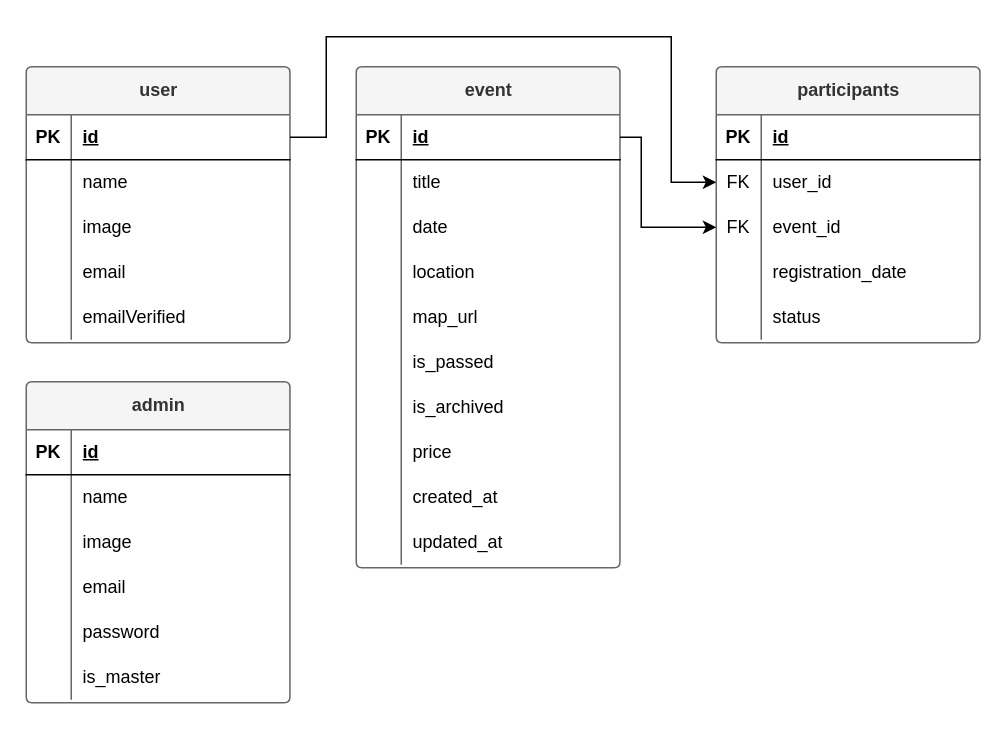
Above: Menata-Hati-App.drawio in yogiprsetya/app.diagrams.net (draw.io), before the change. Source tidied: cells renumbered, new cells numbered last; positions are measured from the earlier drawing's top-left corner, leaving out a move shared by most shapes. Both pictures are drawn from the tidied source at 150%, with x=0, y=0 at pixel (26, 36).
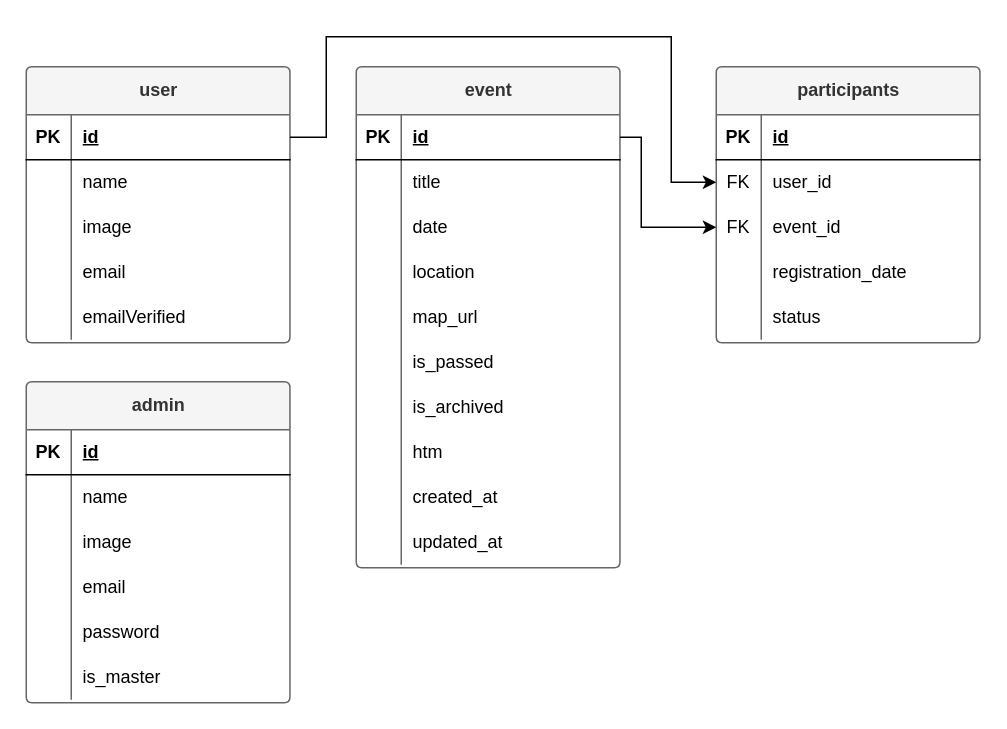
After the change.

Unchanged cells that the change refers to:
```xml
<mxCell id="40" style="shape=tableRow;horizontal=0;startSize=0;swimlaneHead=0;swimlaneBody=0;fillColor=none;top=0;left=0;right=0;bottom=0;" parent="18" vertex="1">
  <mxGeometry y="242" width="175.8" height="30" as="geometry" />
</mxCell>
```

The edit, as a diff of the source:
```diff
@@
-    <mxCell id="42" value="price" style="shape=partialRectangle;fillColor=none;top=0;left=0;bottom=0;right=0;align=left;spacingLeft=6;overflow=hidden;whiteSpace=wrap;html=1;" parent="40" vertex="1">
+    <mxCell id="42" value="htm" style="shape=partialRectangle;fillColor=none;top=0;left=0;bottom=0;right=0;align=left;spacingLeft=6;overflow=hidden;whiteSpace=wrap;html=1;" parent="40" vertex="1">
       <mxGeometry x="30" width="145.8" height="30" as="geometry" />
     </mxCell>
```
